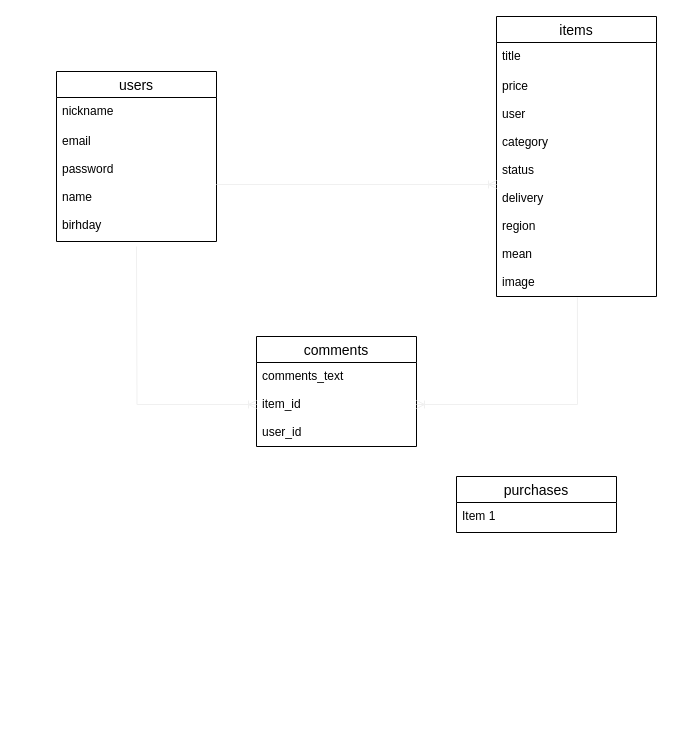
Before: FurimER.dio in ackey-getup/furima-33448, a draw.io diagram. Source tidied: cells renumbered, new cells numbered last; positions are measured from the earlier drawing's top-left corner, leaving out a move shared by most shapes. Both pictures are drawn from the tidied source at 100%, with x=0, y=0 at pixel (56, 16).
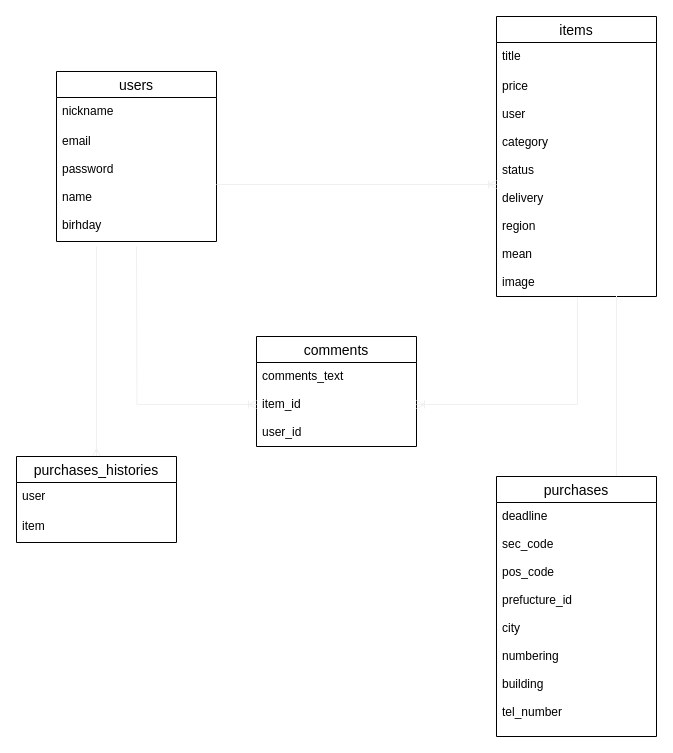
After the change.

Commit message (it also covers changes not shown here):
READMEの修正・購入者履歴テーブルの追加

Unchanged cells that the change refers to:
```xml
<mxCell id="7" value="price&#10;&#10;user&#10;&#10;category&#10;&#10;status&#10;&#10;delivery&#10;&#10;region&#10;&#10;mean&#10;&#10;image" style="text;strokeColor=none;fillColor=none;spacingLeft=4;spacingRight=4;overflow=hidden;points=[[0,0.5],[1,0.5]];portConstraint=eastwest;fontSize=12;" parent="5" vertex="1">
  <mxGeometry y="56" width="160" height="224" as="geometry" />
</mxCell>
```

What changed in the source:
```diff
@@
+    <mxCell id="15" style="edgeStyle=orthogonalEdgeStyle;rounded=0;jettySize=auto;html=1;exitX=0.75;exitY=0;exitDx=0;exitDy=0;entryX=0.75;entryY=0.996;entryDx=0;entryDy=0;entryPerimeter=0;startArrow=none;startFill=0;endArrow=none;endFill=0;strokeColor=#f0f0f0;" parent="1" edge="1" source="13" target="7">
+      <mxGeometry relative="1" as="geometry" />
+    </mxCell>
     <mxCell id="13" value="purchases" style="swimlane;fontStyle=0;horizontal=1;startSize=26;align=center;fontSize=14;" parent="1" vertex="1">
-      <mxGeometry x="400" y="460" width="160" height="56" as="geometry" />
+      <mxGeometry x="440" y="460" width="160" height="260" as="geometry" />
     </mxCell>
-    <mxCell id="14" value="Item 1" style="text;strokeColor=none;fillColor=none;spacingLeft=4;spacingRight=4;overflow=hidden;fontSize=12;" parent="13" vertex="1">
-      <mxGeometry y="26" width="160" height="30" as="geometry" />
+    <mxCell id="14" value="deadline&#10;&#10;sec_code&#10;&#10;pos_code&#10;&#10;prefucture_id&#10;&#10;city&#10;&#10;numbering&#10;&#10;building&#10;&#10;tel_number" style="text;strokeColor=none;fillColor=none;spacingLeft=4;spacingRight=4;overflow=hidden;fontSize=12;" parent="13" vertex="1">
+      <mxGeometry y="26" width="160" height="234" as="geometry" />
     </mxCell>
+    <mxCell id="16" style="edgeStyle=orthogonalEdgeStyle;rounded=0;jettySize=auto;html=1;exitX=0.5;exitY=0;exitDx=0;exitDy=0;startArrow=ERmany;startFill=0;endArrow=none;endFill=0;strokeColor=#f0f0f0;" parent="1" edge="1" source="17">
+      <mxGeometry relative="1" as="geometry">
+        <mxPoint x="40" y="230" as="targetPoint" />
+      </mxGeometry>
+    </mxCell>
+    <mxCell id="17" value="purchases_histories" style="swimlane;fontStyle=0;horizontal=1;startSize=26;align=center;fontSize=14;" parent="1" vertex="1">
+      <mxGeometry x="-40" y="440" width="160" height="86" as="geometry" />
+    </mxCell>
+    <mxCell id="18" value="user" style="text;strokeColor=none;fillColor=none;spacingLeft=4;spacingRight=4;overflow=hidden;fontSize=12;" parent="17" vertex="1">
+      <mxGeometry y="26" width="160" height="30" as="geometry" />
+    </mxCell>
+    <mxCell id="19" value="item" style="text;strokeColor=none;fillColor=none;spacingLeft=4;spacingRight=4;overflow=hidden;fontSize=12;" parent="17" vertex="1">
+      <mxGeometry y="56" width="160" height="30" as="geometry" />
+    </mxCell>
```
